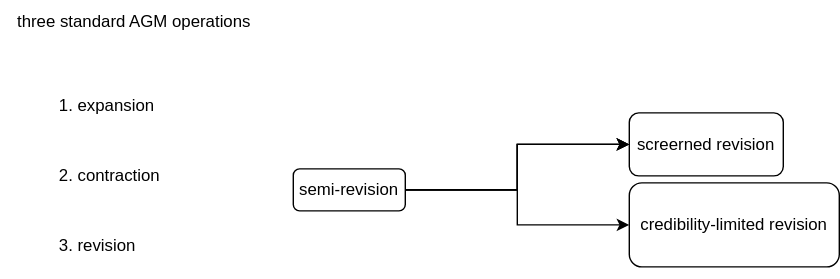
Earlier version of the draw.io export Untitled Diagram.drawio.svg (nixnehc/figure). Source tidied: cells renumbered, new cells last; positions are measured from the earlier drawing's top-left corner, leaving out a move shared by most shapes.
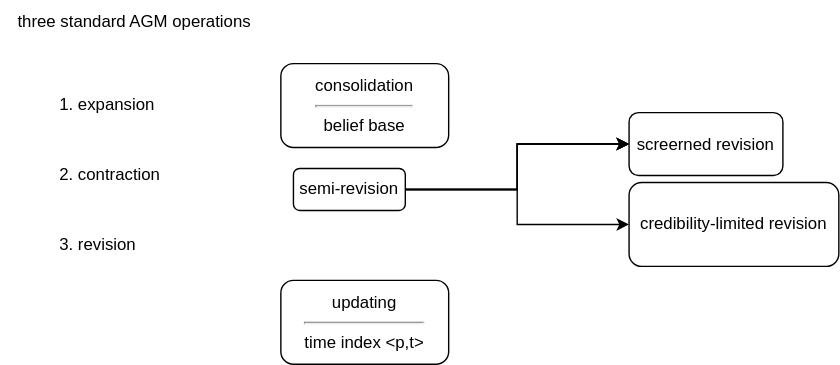
Above is the later version.

Diff of the diagram source:
```diff
@@ -38,5 +38,11 @@
     <mxCell id="13" style="edgeStyle=orthogonalEdgeStyle;rounded=0;orthogonalLoop=1;jettySize=auto;html=1;exitX=0.5;exitY=1;exitDx=0;exitDy=0;" parent="1" edge="1" source="12" target="12">
       <mxGeometry relative="1" as="geometry" />
     </mxCell>
+    <mxCell id="14" value="&lt;div&gt;updating&lt;/div&gt;&lt;div&gt;&lt;hr&gt;time index &amp;lt;p,t&amp;gt;&lt;br&gt;&lt;/div&gt;" style="rounded=1;whiteSpace=wrap;html=1;" parent="1" vertex="1">
+      <mxGeometry x="200" y="200" width="120" height="60" as="geometry" />
+    </mxCell>
+    <mxCell id="15" value="&lt;div&gt;consolidation&lt;/div&gt;&lt;div&gt;&lt;hr&gt;belief base&lt;br&gt;&lt;/div&gt;" style="rounded=1;whiteSpace=wrap;html=1;" parent="1" vertex="1">
+      <mxGeometry x="200" y="45" width="120" height="60" as="geometry" />
+    </mxCell>
   </root>
 </mxGraphModel>
```
